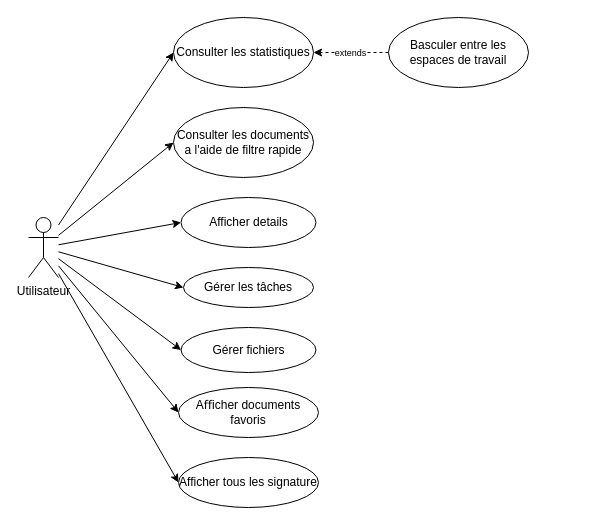
This is useCaseSprint7.drawio from PFE-Neoledge-2023/rapport, a draw.io file, before an edit. Source tidied: cells renumbered, new cells numbered last; positions are measured from the earlier drawing's top-left corner, leaving out a move shared by most shapes. Both pictures are drawn from the tidied source at 100%, with x=0, y=0 at pixel (28, 17).
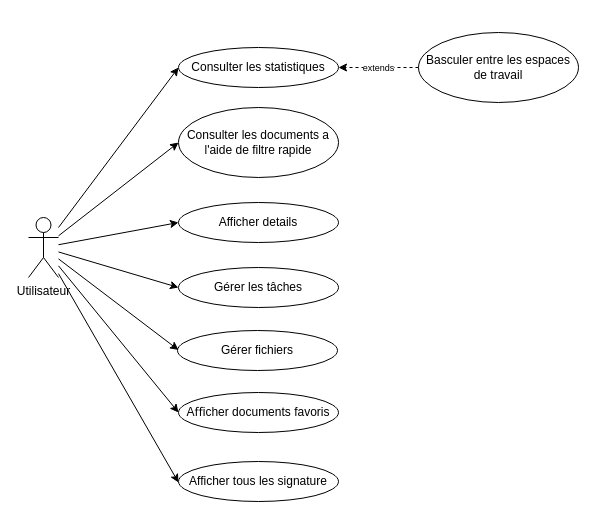
Above is the later version.

Unchanged cells that the change refers to:
```xml
<mxCell id="9" value="Utilisateur" style="shape=umlActor;verticalLabelPosition=bottom;verticalAlign=top;html=1;" parent="1" vertex="1">
  <mxGeometry y="200" width="30" height="60" as="geometry" />
</mxCell>
```

What changed in the source:
```diff
@@
-    <mxCell id="4" style="edgeStyle=none;html=1;entryX=0;entryY=0.5;entryDx=0;entryDy=0;" parent="1" edge="1" source="9" target="12">
-      <mxGeometry relative="1" as="geometry" />
+    <mxCell id="4" style="edgeStyle=none;html=1;entryX=0;entryY=0.5;entryDx=0;entryDy=0;" parent="1" edge="1" source="9">
+      <mxGeometry relative="1" as="geometry">
+        <mxPoint x="150" y="205" as="targetPoint" />
+      </mxGeometry>
     </mxCell>
-    <mxCell id="5" style="edgeStyle=none;html=1;entryX=0;entryY=0.5;entryDx=0;entryDy=0;" parent="1" edge="1" source="9" target="15">
-      <mxGeometry relative="1" as="geometry" />
+    <mxCell id="5" style="edgeStyle=none;html=1;entryX=0;entryY=0.5;entryDx=0;entryDy=0;" parent="1" edge="1" source="9">
+      <mxGeometry relative="1" as="geometry">
+        <mxPoint x="150" y="270" as="targetPoint" />
+      </mxGeometry>
     </mxCell>
-    <mxCell id="6" style="edgeStyle=none;html=1;entryX=0;entryY=0.5;entryDx=0;entryDy=0;" parent="1" edge="1" source="9" target="14">
-      <mxGeometry relative="1" as="geometry" />
+    <mxCell id="6" style="edgeStyle=none;html=1;entryX=0;entryY=0.5;entryDx=0;entryDy=0;" parent="1" edge="1" source="9">
+      <mxGeometry relative="1" as="geometry">
+        <mxPoint x="150" y="332.5" as="targetPoint" />
+      </mxGeometry>
     </mxCell>
-    <mxCell id="7" style="edgeStyle=none;html=1;entryX=0;entryY=0.5;entryDx=0;entryDy=0;" parent="1" edge="1" source="9" target="13">
-      <mxGeometry relative="1" as="geometry" />
+    <mxCell id="7" style="edgeStyle=none;html=1;entryX=0;entryY=0.5;entryDx=0;entryDy=0;" parent="1" edge="1" source="9">
+      <mxGeometry relative="1" as="geometry">
+        <mxPoint x="150" y="395" as="targetPoint" />
+      </mxGeometry>
     </mxCell>
-    <mxCell id="8" style="edgeStyle=none;html=1;entryX=0;entryY=0.5;entryDx=0;entryDy=0;" parent="1" edge="1" source="9" target="16">
-      <mxGeometry relative="1" as="geometry" />
+    <mxCell id="8" style="edgeStyle=none;html=1;entryX=0;entryY=0.5;entryDx=0;entryDy=0;" parent="1" edge="1" source="9">
+      <mxGeometry relative="1" as="geometry">
+        <mxPoint x="150" y="465" as="targetPoint" />
+      </mxGeometry>
     </mxCell>
@@
     <mxCell id="10" value="Consulter les statistiques" style="ellipse;whiteSpace=wrap;html=1;" parent="1" vertex="1">
-      <mxGeometry x="145" width="140" height="70" as="geometry" />
+      <mxGeometry x="150" y="30" width="160" height="40" as="geometry" />
     </mxCell>
     <mxCell id="11" value="Consulter les documents a l'aide de filtre rapide" style="ellipse;whiteSpace=wrap;html=1;" parent="1" vertex="1">
-      <mxGeometry x="145" y="90" width="140" height="70" as="geometry" />
+      <mxGeometry x="150" y="90" width="160" height="70" as="geometry" />
     </mxCell>
-    <mxCell id="12" value="&lt;div&gt;Afficher details&lt;/div&gt;" style="ellipse;whiteSpace=wrap;html=1;" parent="1" vertex="1">
-      <mxGeometry x="152.5" y="180" width="135" height="50" as="geometry" />
-    </mxCell>
-    <mxCell id="13" value="Aﬀicher documents favoris" style="ellipse;whiteSpace=wrap;html=1;" parent="1" vertex="1">
-      <mxGeometry x="150" y="370" width="140" height="50" as="geometry" />
-    </mxCell>
-    <mxCell id="14" value="Gérer fichiers" style="ellipse;whiteSpace=wrap;html=1;" parent="1" vertex="1">
-      <mxGeometry x="152.5" y="310" width="135" height="45" as="geometry" />
-    </mxCell>
-    <mxCell id="15" value="Gérer les tâches" style="ellipse;whiteSpace=wrap;html=1;" parent="1" vertex="1">
-      <mxGeometry x="155" y="250" width="130" height="40" as="geometry" />
-    </mxCell>
-    <mxCell id="16" value="Afficher tous les signature" style="ellipse;whiteSpace=wrap;html=1;verticalAlign=middle;align=center;horizontal=1;" parent="1" vertex="1">
-      <mxGeometry x="150" y="440" width="140" height="50" as="geometry" />
-    </mxCell>
@@
     <mxCell id="18" value="Basculer entre les espaces de travail" style="ellipse;whiteSpace=wrap;html=1;" parent="1" vertex="1">
-      <mxGeometry x="360" width="140" height="70" as="geometry" />
+      <mxGeometry x="390" y="15" width="160" height="70" as="geometry" />
     </mxCell>
+    <mxCell id="12" value="Afficher details" style="ellipse;whiteSpace=wrap;html=1;" parent="1" vertex="1">
+      <mxGeometry x="150" y="185" width="160" height="40" as="geometry" />
+    </mxCell>
+    <mxCell id="15" value="Gérer les tâches" style="ellipse;whiteSpace=wrap;html=1;" parent="1" vertex="1">
+      <mxGeometry x="150" y="250" width="160" height="40" as="geometry" />
+    </mxCell>
+    <mxCell id="14" value="Gérer fichiers" style="ellipse;whiteSpace=wrap;html=1;" parent="1" vertex="1">
+      <mxGeometry x="149" y="313" width="160" height="40" as="geometry" />
+    </mxCell>
+    <mxCell id="13" value="Aﬀicher documents favoris" style="ellipse;whiteSpace=wrap;html=1;" parent="1" vertex="1">
+      <mxGeometry x="150" y="375" width="160" height="40" as="geometry" />
+    </mxCell>
+    <mxCell id="16" value="Afficher tous les signature" style="ellipse;whiteSpace=wrap;html=1;" parent="1" vertex="1">
+      <mxGeometry x="150" y="444" width="160" height="40" as="geometry" />
+    </mxCell>
```
